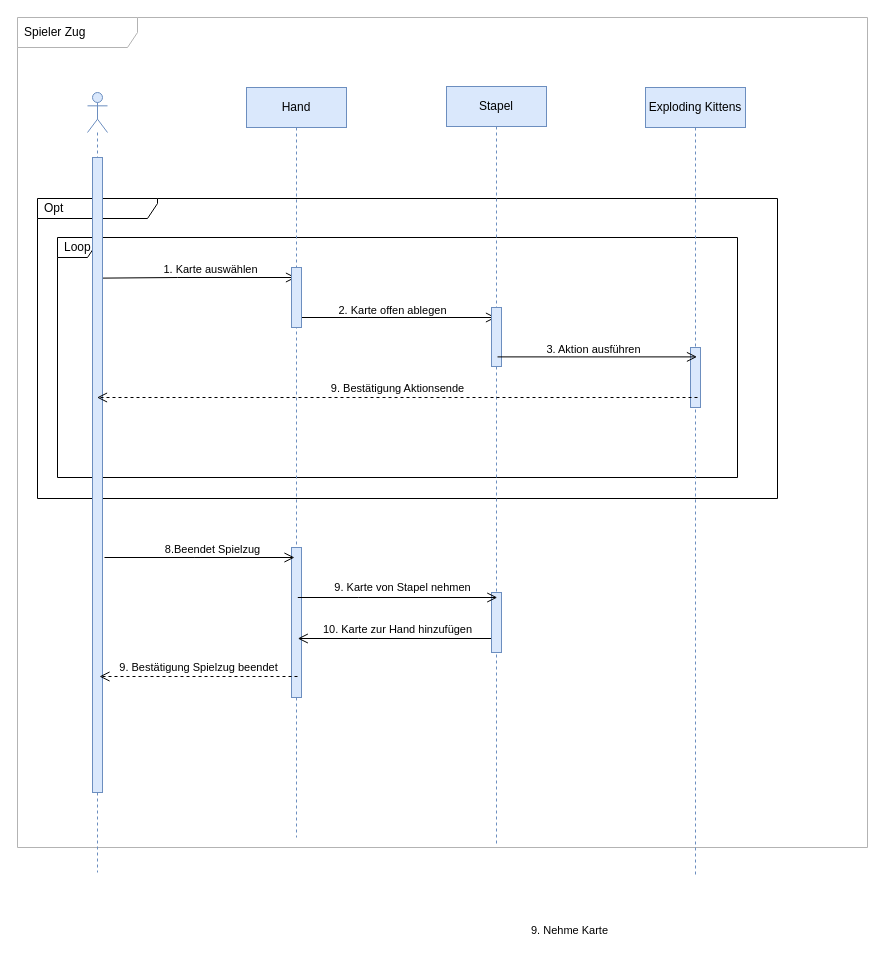
anuerk/se_exploding_kittens keeps this draw.io diagram as sequence_diagram/diagram/workspace/sequence.drawio. Above is the earlier version. Source tidied: cells renumbered, new cells numbered last; positions are measured from the earlier drawing's top-left corner, leaving out a move shared by most shapes. Both pictures are drawn from the tidied source at 100%, with x=0, y=0 at pixel (17, 17).
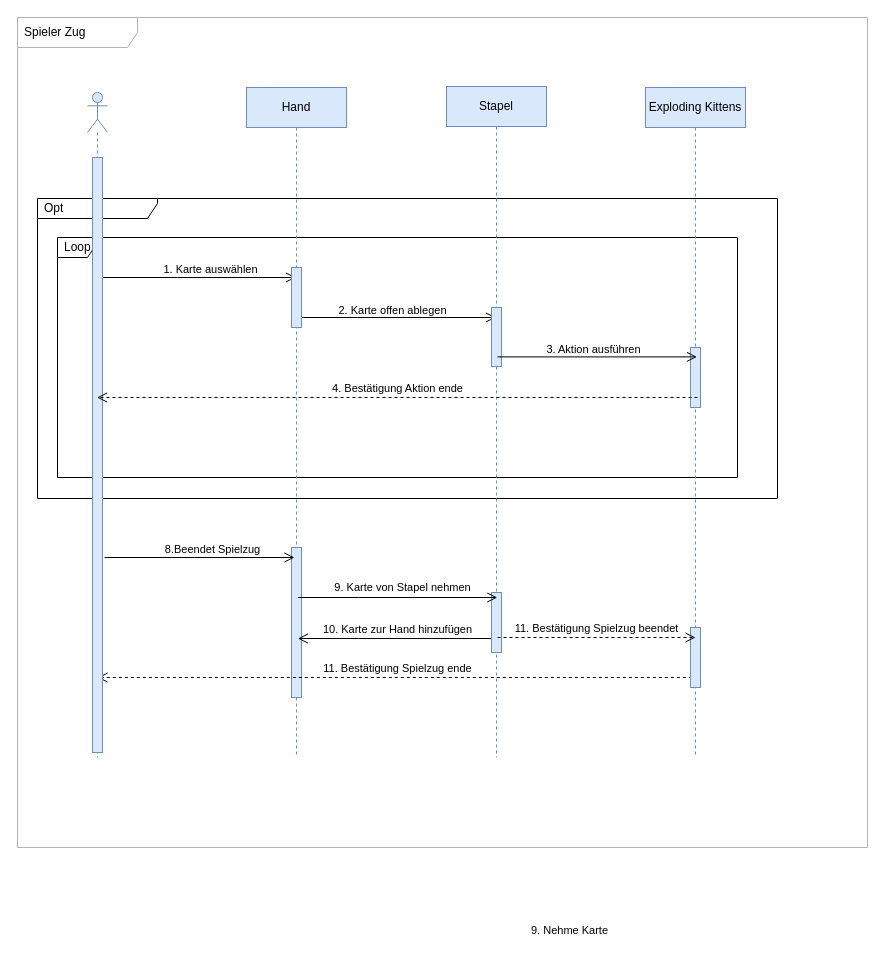
After the change.

Diff of the diagram source:
```diff
@@
-    <mxCell id="5" style="endArrow=open;startArrow=none;endFill=0;startFill=0;endSize=8;html=1;verticalAlign=bottom;labelBackgroundColor=none;strokeWidth=1;rounded=0;exitX=0.659;exitY=0.19;exitDx=0;exitDy=0;exitPerimeter=0;" parent="1" edge="1" source="20" target="7">
+    <mxCell id="5" style="endArrow=open;startArrow=none;endFill=0;startFill=0;endSize=8;html=1;verticalAlign=bottom;labelBackgroundColor=none;strokeWidth=1;rounded=0;" parent="1" edge="1" target="7">
       <mxGeometry relative="1" as="geometry">
+        <mxPoint x="80" y="260" as="sourcePoint" />
         <Array as="points">
           <mxPoint x="160" y="260" />
         </Array>
       </mxGeometry>
     </mxCell>
@@
     <mxCell id="7" value="Hand" style="shape=umlLifeline;perimeter=lifelinePerimeter;whiteSpace=wrap;html=1;outlineConnect=0;rounded=0;labelBackgroundColor=none;fillColor=#dae8fc;strokeColor=#6c8ebf;" parent="1" vertex="1">
-      <mxGeometry x="229" y="70" width="100" height="750" as="geometry" />
+      <mxGeometry x="229" y="70" width="100" height="670" as="geometry" />
     </mxCell>
@@
     <mxCell id="12" value="Stapel" style="shape=umlLifeline;perimeter=lifelinePerimeter;whiteSpace=wrap;html=1;outlineConnect=0;rounded=0;labelBackgroundColor=none;fillColor=#dae8fc;strokeColor=#6c8ebf;" parent="1" vertex="1">
-      <mxGeometry x="429" y="69" width="100" height="760" as="geometry" />
+      <mxGeometry x="429" y="69" width="100" height="671" as="geometry" />
     </mxCell>
@@
+    <mxCell id="30" value="11. Bestätigung Spielzug ende" style="endArrow=open;startArrow=none;endFill=0;startFill=0;endSize=8;html=1;verticalAlign=bottom;dashed=1;labelBackgroundColor=none;rounded=0;" parent="12" edge="1">
+      <mxGeometry relative="1" as="geometry">
+        <mxPoint x="251.3" y="591" as="sourcePoint" />
+        <mxPoint x="-349" y="591" as="targetPoint" />
+      </mxGeometry>
+    </mxCell>
     <mxCell id="17" value="Exploding Kittens" style="shape=umlLifeline;perimeter=lifelinePerimeter;whiteSpace=wrap;html=1;rounded=0;labelBackgroundColor=none;fillColor=#dae8fc;strokeColor=#6c8ebf;" parent="1" vertex="1">
-      <mxGeometry x="628" y="70" width="100" height="790" as="geometry" />
+      <mxGeometry x="628" y="70" width="100" height="670" as="geometry" />
     </mxCell>
@@
+    <mxCell id="31" style="rounded=0;whiteSpace=wrap;html=1;labelBackgroundColor=none;strokeColor=#6c8ebf;fillColor=#dae8fc;" parent="17" vertex="1">
+      <mxGeometry x="45" y="540" width="10" height="60" as="geometry" />
+    </mxCell>
     <mxCell id="19" style="shape=umlLifeline;participant=umlActor;perimeter=lifelinePerimeter;whiteSpace=wrap;html=1;verticalAlign=top;spacingTop=36;outlineConnect=0;rounded=0;labelBackgroundColor=none;strokeColor=#6c8ebf;fillColor=#dae8fc;" parent="1" vertex="1">
-      <mxGeometry x="70" y="75" width="20" height="780" as="geometry" />
+      <mxGeometry x="70" y="75" width="20" height="665" as="geometry" />
     </mxCell>
     <mxCell id="20" style="rounded=0;whiteSpace=wrap;html=1;labelBackgroundColor=none;strokeColor=#6c8ebf;fillColor=#dae8fc;" parent="19" vertex="1">
-      <mxGeometry x="5" y="65" width="10" height="635" as="geometry" />
+      <mxGeometry x="5" y="65" width="10" height="595" as="geometry" />
     </mxCell>
@@
-    <mxCell id="25" value="9. Bestätigung Spielzug beendet" style="endArrow=open;startArrow=none;endFill=0;startFill=0;endSize=8;html=1;verticalAlign=bottom;dashed=1;labelBackgroundColor=none;rounded=0;" parent="1" edge="1">
+    <mxCell id="25" value="11. Bestätigung Spielzug beendet" style="endArrow=open;startArrow=none;endFill=0;startFill=0;endSize=8;html=1;verticalAlign=bottom;labelBackgroundColor=none;rounded=0;dashed=1;" parent="1" edge="1">
       <mxGeometry relative="1" as="geometry">
-        <mxPoint x="280" y="659" as="sourcePoint" />
-        <mxPoint x="82" y="659" as="targetPoint" />
+        <mxPoint x="480" y="620" as="sourcePoint" />
+        <mxPoint x="678" y="620" as="targetPoint" />
       </mxGeometry>
     </mxCell>
-    <mxCell id="26" value="9. Bestätigung Aktionsende" style="endArrow=open;startArrow=none;endFill=0;startFill=0;endSize=8;html=1;verticalAlign=bottom;dashed=1;labelBackgroundColor=none;rounded=0;" parent="1" edge="1" target="19">
+    <mxCell id="26" value="4. Bestätigung Aktion ende" style="endArrow=open;startArrow=none;endFill=0;startFill=0;endSize=8;html=1;verticalAlign=bottom;dashed=1;labelBackgroundColor=none;rounded=0;" parent="1" edge="1" target="19">
       <mxGeometry relative="1" as="geometry">
         <mxPoint x="680" y="380" as="sourcePoint" />
       </mxGeometry>
     </mxCell>
```
